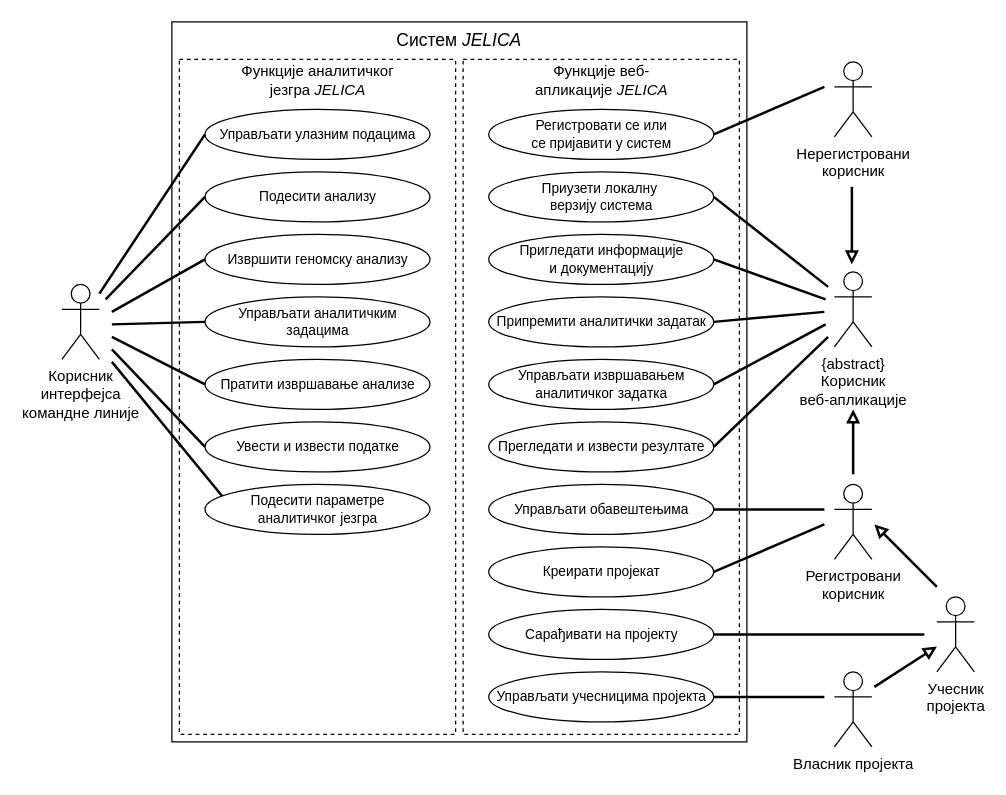
The draw.io diagram figures/system-design-diagrams/src/use-cases-diagram.drawio in RogovGreg/master-thesis, before the edit. Source tidied: cells renumbered, new cells numbered last; positions are measured from the earlier drawing's top-left corner, leaving out a move shared by most shapes. Both pictures are drawn from the tidied source at 125%, with x=0, y=0 at pixel (61, 21).
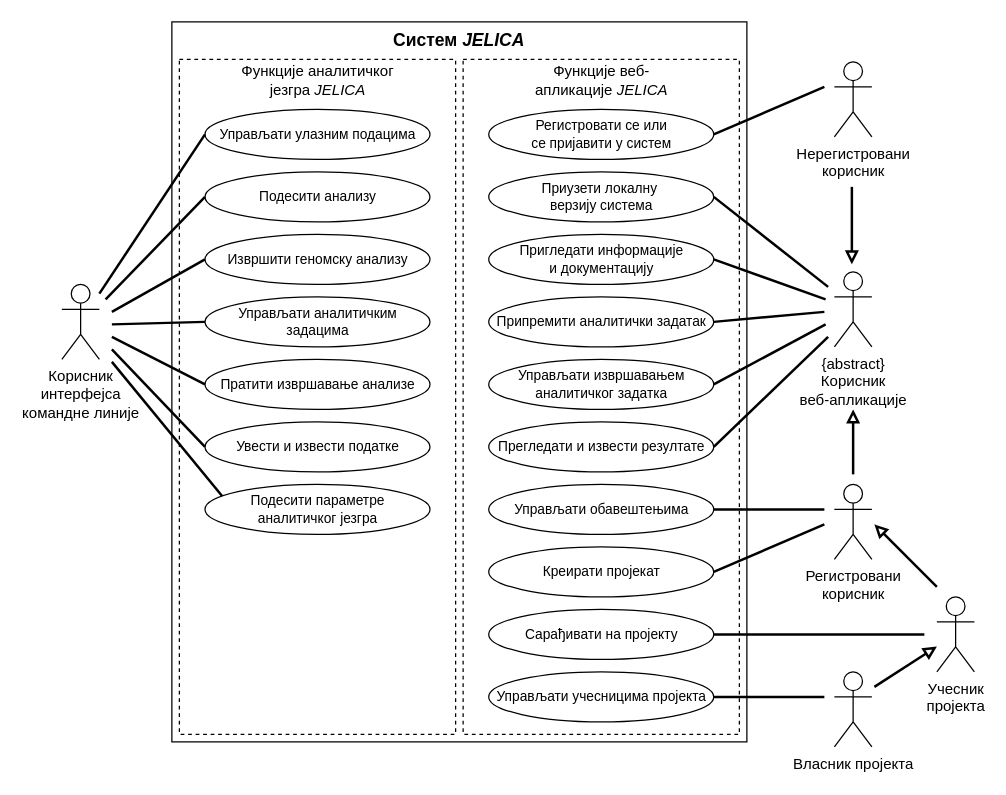
The same page after the edit.

What changed in the source:
```diff
@@
-    <mxCell id="13" value="Систем &lt;i&gt;JELICA&lt;/i&gt;" style="text;html=1;whiteSpace=wrap;strokeColor=none;fillColor=none;align=center;verticalAlign=middle;rounded=0;fontSize=14;" parent="1" vertex="1">
+    <mxCell id="13" value="&lt;b&gt;Систем &lt;i&gt;JELICA&lt;/i&gt;&lt;/b&gt;" style="text;html=1;whiteSpace=wrap;strokeColor=none;fillColor=none;align=center;verticalAlign=middle;rounded=0;fontSize=14;" parent="1" vertex="1">
       <mxGeometry x="263" width="110" height="30" as="geometry" />
     </mxCell>
```
